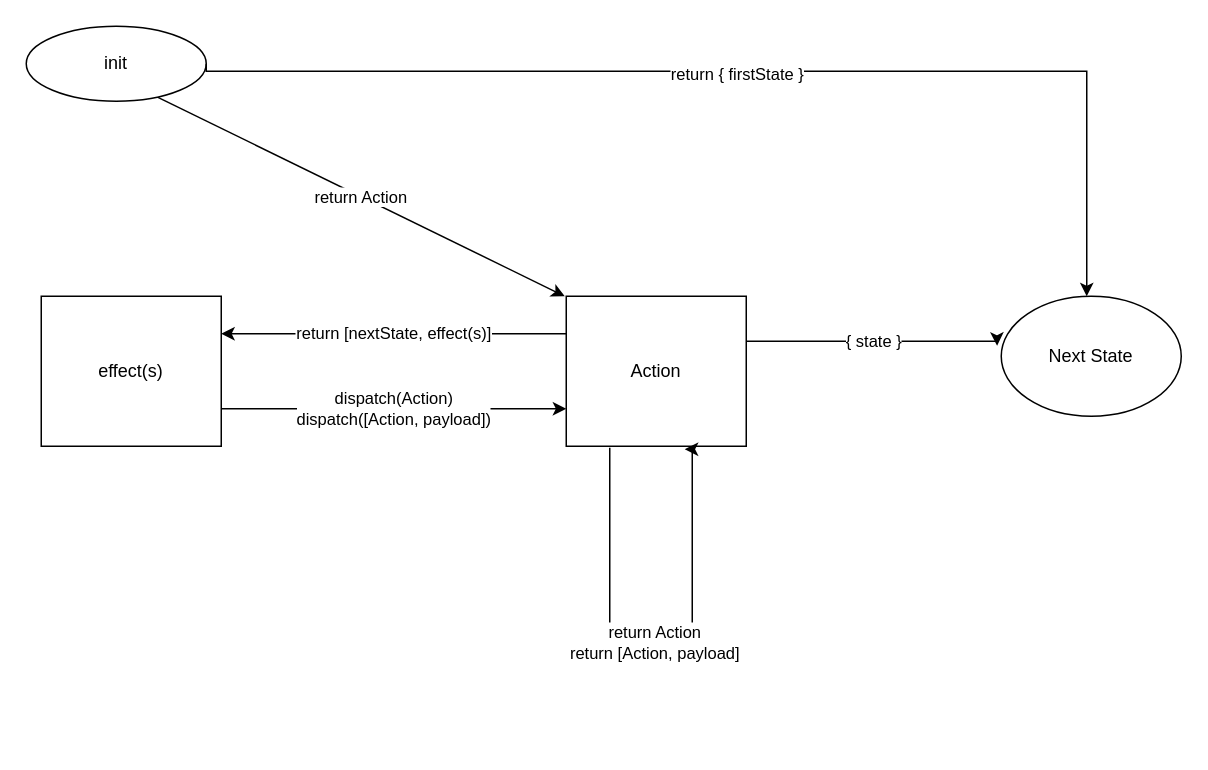
Above: docs/architecture/Untitled Diagram.drawio in kofifus/hyperapp (draw.io), before the change. Source tidied: cells renumbered, new cells numbered last; positions are measured from the earlier drawing's top-left corner, leaving out a move shared by most shapes. Both pictures are drawn from the tidied source at 150%, with x=0, y=0 at pixel (26, 26).
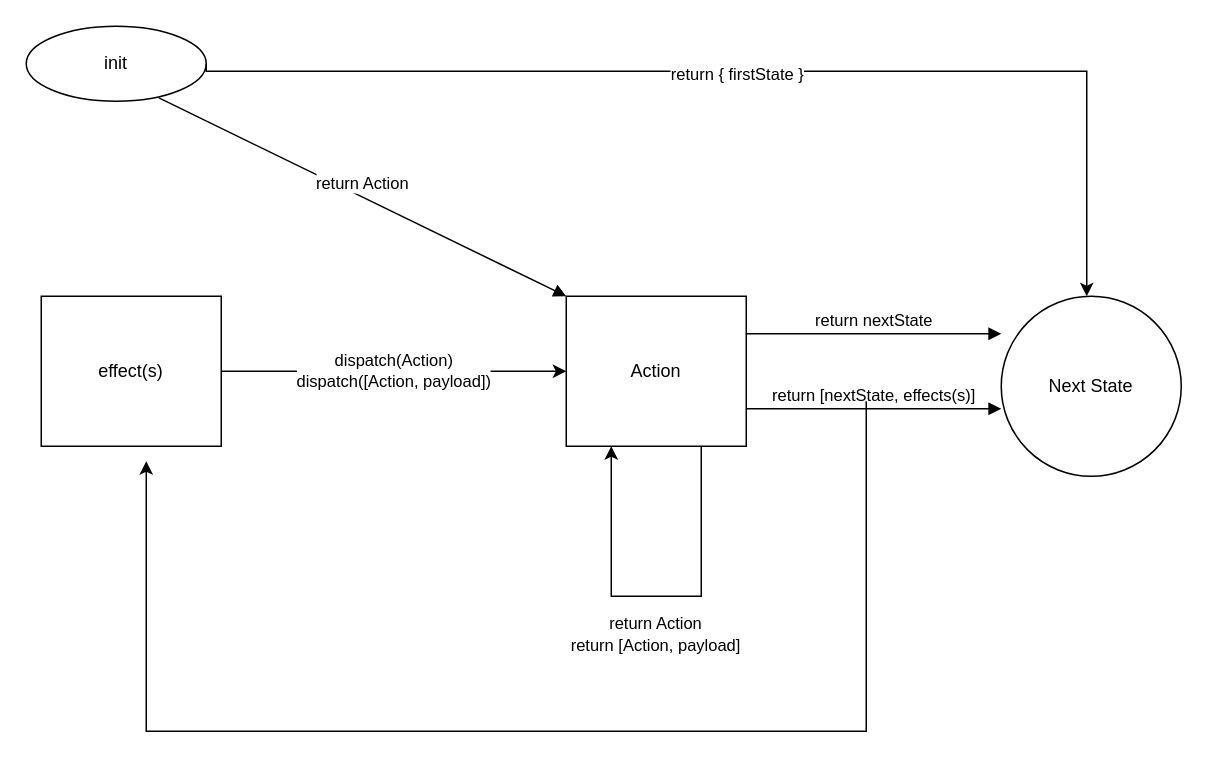
After the change.

Unchanged cells that the change refers to:
```xml
<mxCell id="2" value="init&lt;br&gt;" style="ellipse;whiteSpace=wrap;html=1;" parent="1" vertex="1">
  <mxGeometry width="120" height="50" as="geometry" />
</mxCell>
<mxCell id="3" value="Action&lt;br&gt;" style="rounded=0;whiteSpace=wrap;html=1;" parent="1" vertex="1">
  <mxGeometry x="360" y="180" width="120" height="100" as="geometry" />
</mxCell>
<mxCell id="9" value="effect(s)" style="rounded=0;whiteSpace=wrap;html=1;" parent="1" vertex="1">
  <mxGeometry x="10" y="180" width="120" height="100" as="geometry" />
</mxCell>
```

What changed in the source:
```diff
@@
     <mxCell id="4" value="Next State" style="ellipse;whiteSpace=wrap;html=1;" parent="1" vertex="1">
-      <mxGeometry x="650" y="180" width="120" height="80" as="geometry" />
+      <mxGeometry x="650" y="180" width="120" height="120" as="geometry" />
     </mxCell>
@@
-    <mxCell id="7" value="{ state }" style="edgeStyle=segmentEdgeStyle;endArrow=classic;html=1;rounded=0;entryX=-0.023;entryY=0.413;entryDx=0;entryDy=0;entryPerimeter=0;" parent="1" edge="1" target="4">
-      <mxGeometry relative="1" as="geometry">
-        <mxPoint x="480" y="210" as="sourcePoint" />
-      </mxGeometry>
-    </mxCell>
-    <mxCell id="8" value="return Action" style="endArrow=classic;html=1;rounded=0;exitX=0.74;exitY=0.948;exitDx=0;exitDy=0;exitPerimeter=0;entryX=0;entryY=0;entryDx=0;entryDy=0;" parent="1" edge="1">
-      <mxGeometry relative="1" as="geometry">
-        <mxPoint x="87.8" y="47.4" as="sourcePoint" />
-        <mxPoint x="359" y="180" as="targetPoint" />
-      </mxGeometry>
-    </mxCell>
@@
-    <mxCell id="10" value="dispatch(Action)&lt;br&gt;dispatch([Action, payload])&lt;br&gt;" style="endArrow=classic;html=1;rounded=0;exitX=1;exitY=0.75;exitDx=0;exitDy=0;entryX=0;entryY=0.75;entryDx=0;entryDy=0;" parent="1" edge="1" source="9" target="3">
+    <mxCell id="10" value="dispatch(Action)&lt;br&gt;dispatch([Action, payload])&lt;br&gt;" style="endArrow=classic;html=1;rounded=0;exitX=1;exitY=0.5;exitDx=0;exitDy=0;entryX=0;entryY=0.5;entryDx=0;entryDy=0;" parent="1" edge="1" source="9" target="3">
       <mxGeometry relative="1" as="geometry" />
     </mxCell>
-    <mxCell id="11" value="return [nextState, effect(s)]" style="endArrow=classic;html=1;rounded=0;exitX=0;exitY=0.25;exitDx=0;exitDy=0;entryX=1;entryY=0.25;entryDx=0;entryDy=0;" parent="1" edge="1" source="3" target="9">
-      <mxGeometry relative="1" as="geometry" />
-    </mxCell>
+    <mxCell id="13" style="edgeStyle=segmentEdgeStyle;endArrow=classic;html=1;rounded=0;exitX=0.75;exitY=1;exitDx=0;exitDy=0;entryX=0.25;entryY=1;entryDx=0;entryDy=0;" parent="1" edge="1" source="3" target="3">
+      <mxGeometry relative="1" as="geometry">
+        <Array as="points">
+          <mxPoint x="450" y="380" />
+          <mxPoint x="390" y="380" />
+        </Array>
+      </mxGeometry>
+    </mxCell>
-    <mxCell id="12" value="return Action&lt;br&gt;return [Action, payload]" style="edgeStyle=segmentEdgeStyle;endArrow=classic;html=1;rounded=0;exitX=0.25;exitY=1;exitDx=0;exitDy=0;entryX=0.667;entryY=1.01;entryDx=0;entryDy=0;entryPerimeter=0;" parent="1" edge="1">
-      <mxGeometry relative="1" as="geometry">
-        <mxPoint x="389" y="281" as="sourcePoint" />
-        <mxPoint x="439" y="282" as="targetPoint" />
-        <Array as="points">
-          <mxPoint x="389" y="411" />
-          <mxPoint x="444" y="411" />
-          <mxPoint x="444" y="282" />
-        </Array>
-      </mxGeometry>
+    <mxCell id="12" value="&lt;br style=&quot;font-size: 11px&quot;&gt;&lt;span style=&quot;font-size: 11px ; background-color: rgb(255 , 255 , 255)&quot;&gt;return Action&lt;/span&gt;&lt;br style=&quot;font-size: 11px&quot;&gt;&lt;span style=&quot;font-size: 11px ; background-color: rgb(255 , 255 , 255)&quot;&gt;return [Action, payload]&lt;br&gt;&lt;br&gt;&lt;/span&gt;" style="text;html=1;strokeColor=none;fillColor=none;align=center;verticalAlign=middle;whiteSpace=wrap;rounded=0;" parent="1" vertex="1">
+      <mxGeometry x="355" y="390" width="130" height="30" as="geometry" />
     </mxCell>
+    <mxCell id="8" value="return Action" style="html=1;verticalAlign=bottom;endArrow=block;rounded=0;exitX=0.737;exitY=0.956;exitDx=0;exitDy=0;exitPerimeter=0;entryX=0;entryY=0;entryDx=0;entryDy=0;" parent="1" edge="1" source="2" target="3">
+      <mxGeometry relative="1" as="geometry" />
+    </mxCell>
+    <mxCell id="14" value="return nextState" style="html=1;verticalAlign=bottom;endArrow=block;rounded=0;exitX=1;exitY=0.25;exitDx=0;exitDy=0;" parent="1" edge="1" source="3">
+      <mxGeometry relative="1" as="geometry">
+        <mxPoint x="650" y="205" as="targetPoint" />
+      </mxGeometry>
+    </mxCell>
+    <mxCell id="15" value="return [nextState, effects(s)]" style="html=1;verticalAlign=bottom;endArrow=block;rounded=0;exitX=1;exitY=0.75;exitDx=0;exitDy=0;entryX=0;entryY=0.625;entryDx=0;entryDy=0;entryPerimeter=0;" parent="1" edge="1" source="3" target="4">
+      <mxGeometry relative="1" as="geometry" />
+    </mxCell>
+    <mxCell id="16" style="edgeStyle=segmentEdgeStyle;endArrow=classic;html=1;rounded=0;" parent="1" edge="1">
+      <mxGeometry relative="1" as="geometry">
+        <mxPoint x="560" y="250" as="sourcePoint" />
+        <mxPoint x="80" y="290" as="targetPoint" />
+        <Array as="points">
+          <mxPoint x="560" y="470" />
+        </Array>
+      </mxGeometry>
+    </mxCell>
```
